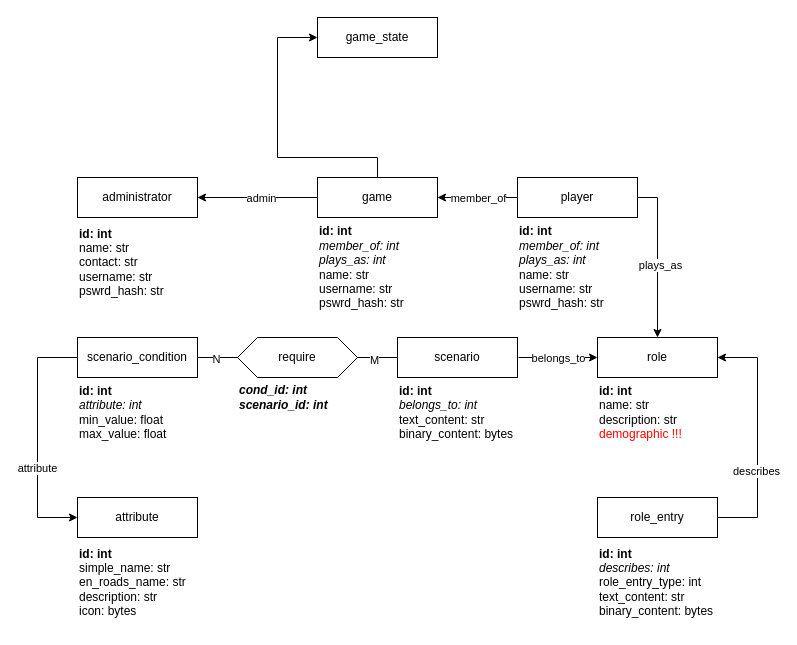
Above: data_model/relational_db.drawio in Yannick-Immerge/planspiel (draw.io), before the change. Source tidied: cells renumbered, new cells numbered last; positions are measured from the earlier drawing's top-left corner, leaving out a move shared by most shapes. Both pictures are drawn from the tidied source at 100%, with x=0, y=0 at pixel (37, 17).
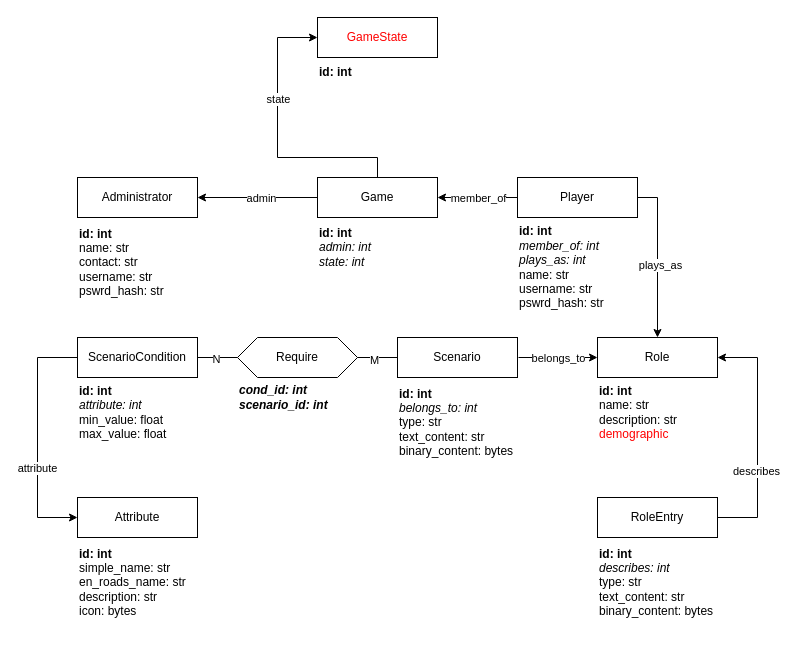
The same page after the edit.

Unchanged cells that the change refers to:
```xml
<mxCell id="44" style="endArrow=none;html=1;rounded=0;" parent="1" edge="1">
  <mxGeometry relative="1" as="geometry">
    <mxPoint x="240" y="140" as="sourcePoint" />
    <mxPoint x="240" y="20" as="targetPoint" />
  </mxGeometry>
</mxCell>
```

Change to the diagram source:
```diff
@@
-    <mxCell id="2" value="scenario_condition" style="rounded=0;whiteSpace=wrap;html=1;" parent="1" vertex="1">
+    <mxCell id="2" value="ScenarioCondition" style="rounded=0;whiteSpace=wrap;html=1;" parent="1" vertex="1">
       <mxGeometry x="40" y="320" width="120" height="40" as="geometry" />
     </mxCell>
-    <mxCell id="3" value="role" style="rounded=0;whiteSpace=wrap;html=1;" parent="1" vertex="1">
+    <mxCell id="3" value="Role" style="rounded=0;whiteSpace=wrap;html=1;" parent="1" vertex="1">
       <mxGeometry x="560" y="320" width="120" height="40" as="geometry" />
     </mxCell>
-    <mxCell id="4" value="require" style="shape=hexagon;perimeter=hexagonPerimeter2;whiteSpace=wrap;html=1;fixedSize=1;" parent="1" vertex="1">
+    <mxCell id="4" value="Require" style="shape=hexagon;perimeter=hexagonPerimeter2;whiteSpace=wrap;html=1;fixedSize=1;" parent="1" vertex="1">
       <mxGeometry x="200" y="320" width="120" height="40" as="geometry" />
     </mxCell>
-    <mxCell id="5" value="scenario" style="rounded=0;whiteSpace=wrap;html=1;" parent="1" vertex="1">
+    <mxCell id="5" value="Scenario" style="rounded=0;whiteSpace=wrap;html=1;" parent="1" vertex="1">
       <mxGeometry x="360" y="320" width="120" height="40" as="geometry" />
     </mxCell>
@@
-    <mxCell id="14" value="&lt;div&gt;&lt;b&gt;id: int&lt;/b&gt;&lt;/div&gt;&lt;i&gt;belongs_to: int&lt;/i&gt;&lt;div&gt;text_content: str&lt;div&gt;binary_content: bytes&lt;br&gt;&lt;/div&gt;&lt;/div&gt;" style="text;html=1;align=left;verticalAlign=middle;strokeColor=none;fillColor=none;" parent="1" vertex="1">
-      <mxGeometry x="360" y="360" width="140" height="70" as="geometry" />
+    <mxCell id="14" value="&lt;div&gt;&lt;b&gt;id: int&lt;/b&gt;&lt;/div&gt;&lt;i&gt;belongs_to: int&lt;/i&gt;&lt;div&gt;type: str&lt;br&gt;&lt;div&gt;text_content: str&lt;div&gt;binary_content: bytes&lt;br&gt;&lt;/div&gt;&lt;/div&gt;&lt;/div&gt;" style="text;html=1;align=left;verticalAlign=middle;strokeColor=none;fillColor=none;" parent="1" vertex="1">
+      <mxGeometry x="360" y="360" width="140" height="90" as="geometry" />
     </mxCell>
-    <mxCell id="15" value="attribute" style="rounded=0;whiteSpace=wrap;html=1;" parent="1" vertex="1">
+    <mxCell id="15" value="Attribute" style="rounded=0;whiteSpace=wrap;html=1;" parent="1" vertex="1">
       <mxGeometry x="40" y="480" width="120" height="40" as="geometry" />
     </mxCell>
@@
-    <mxCell id="22" value="role_entry" style="rounded=0;whiteSpace=wrap;html=1;" parent="1" vertex="1">
+    <mxCell id="22" value="RoleEntry" style="rounded=0;whiteSpace=wrap;html=1;" parent="1" vertex="1">
       <mxGeometry x="560" y="480" width="120" height="40" as="geometry" />
     </mxCell>
@@
-    <mxCell id="27" value="&lt;div&gt;&lt;b&gt;id: int&lt;/b&gt;&lt;/div&gt;&lt;div&gt;name: str&lt;div&gt;description: str&lt;br&gt;&lt;/div&gt;&lt;/div&gt;&lt;div&gt;&lt;font color=&quot;#ff0000&quot;&gt;demographic !!!&lt;/font&gt;&lt;/div&gt;" style="text;html=1;align=left;verticalAlign=middle;strokeColor=none;fillColor=none;" parent="1" vertex="1">
-      <mxGeometry x="560" y="360" width="110" height="70" as="geometry" />
+    <mxCell id="27" value="&lt;div&gt;&lt;b&gt;id: int&lt;/b&gt;&lt;/div&gt;&lt;div&gt;name: str&lt;div&gt;description: str&lt;br&gt;&lt;/div&gt;&lt;/div&gt;&lt;div&gt;&lt;font color=&quot;#ff0000&quot;&gt;demographic&lt;/font&gt;&lt;/div&gt;" style="text;html=1;align=left;verticalAlign=middle;strokeColor=none;fillColor=none;" parent="1" vertex="1">
+      <mxGeometry x="560" y="360" width="100" height="70" as="geometry" />
     </mxCell>
-    <mxCell id="28" value="&lt;div&gt;&lt;b&gt;id: int&lt;/b&gt;&lt;/div&gt;&lt;i&gt;describes: int&lt;/i&gt;&lt;div&gt;role_entry_type: int&lt;br&gt;&lt;div&gt;text_content: str&lt;div&gt;binary_content: bytes&lt;br&gt;&lt;/div&gt;&lt;/div&gt;&lt;/div&gt;" style="text;html=1;align=left;verticalAlign=middle;strokeColor=none;fillColor=none;" parent="1" vertex="1">
+    <mxCell id="28" value="&lt;div&gt;&lt;b&gt;id: int&lt;/b&gt;&lt;/div&gt;&lt;i&gt;describes: int&lt;/i&gt;&lt;div&gt;type: str&lt;br&gt;&lt;div&gt;text_content: str&lt;div&gt;binary_content: bytes&lt;br&gt;&lt;/div&gt;&lt;/div&gt;&lt;/div&gt;" style="text;html=1;align=left;verticalAlign=middle;strokeColor=none;fillColor=none;" parent="1" vertex="1">
       <mxGeometry x="560" y="520" width="140" height="90" as="geometry" />
     </mxCell>
-    <mxCell id="29" value="game" style="rounded=0;whiteSpace=wrap;html=1;" parent="1" vertex="1">
+    <mxCell id="29" value="Game" style="rounded=0;whiteSpace=wrap;html=1;" parent="1" vertex="1">
       <mxGeometry x="280" y="160" width="120" height="40" as="geometry" />
     </mxCell>
-    <mxCell id="30" value="administrator" style="rounded=0;whiteSpace=wrap;html=1;" parent="1" vertex="1">
+    <mxCell id="30" value="Administrator" style="rounded=0;whiteSpace=wrap;html=1;" parent="1" vertex="1">
       <mxGeometry x="40" y="160" width="120" height="40" as="geometry" />
     </mxCell>
-    <mxCell id="31" value="player" style="rounded=0;whiteSpace=wrap;html=1;" parent="1" vertex="1">
+    <mxCell id="31" value="Player" style="rounded=0;whiteSpace=wrap;html=1;" parent="1" vertex="1">
       <mxGeometry x="480" y="160" width="120" height="40" as="geometry" />
     </mxCell>
@@
-    <mxCell id="36" value="&lt;div&gt;&lt;b&gt;id: int&lt;/b&gt;&lt;/div&gt;&lt;i&gt;member_of: int&lt;/i&gt;&lt;div&gt;&lt;i&gt;plays_as: int&lt;br&gt;&lt;/i&gt;&lt;div&gt;name: str&lt;/div&gt;&lt;div style=&quot;&quot;&gt;username: str&lt;/div&gt;&lt;div style=&quot;&quot;&gt;pswrd_hash: str&lt;/div&gt;&lt;/div&gt;" style="text;html=1;align=left;verticalAlign=middle;strokeColor=none;fillColor=none;" parent="1" vertex="1">
-      <mxGeometry x="280" y="200" width="110" height="100" as="geometry" />
+    <mxCell id="36" value="&lt;div&gt;&lt;b&gt;id: int&lt;/b&gt;&lt;/div&gt;&lt;i&gt;admin: int&lt;/i&gt;&lt;div&gt;&lt;i&gt;state: int&lt;br&gt;&lt;/i&gt;&lt;/div&gt;" style="text;html=1;align=left;verticalAlign=middle;strokeColor=none;fillColor=none;" parent="1" vertex="1">
+      <mxGeometry x="280" y="200" width="80" height="60" as="geometry" />
     </mxCell>
@@
-    <mxCell id="42" value="game_state" style="rounded=0;whiteSpace=wrap;html=1;" parent="1" vertex="1">
+    <mxCell id="42" value="&lt;font color=&quot;#ff0000&quot;&gt;GameState&lt;/font&gt;" style="rounded=0;whiteSpace=wrap;html=1;" parent="1" vertex="1">
       <mxGeometry x="280" width="120" height="40" as="geometry" />
     </mxCell>
@@
+    <mxCell id="47" value="state" style="edgeLabel;html=1;align=center;verticalAlign=middle;" parent="44" vertex="1">
+      <mxGeometry x="-0.01" relative="1" as="geometry" />
+    </mxCell>
@@
+    <mxCell id="48" value="&lt;div&gt;&lt;b&gt;id: int&lt;/b&gt;&lt;/div&gt;" style="text;html=1;align=left;verticalAlign=middle;strokeColor=none;fillColor=none;" parent="1" vertex="1">
+      <mxGeometry x="280" y="40" width="60" height="30" as="geometry" />
+    </mxCell>
```
